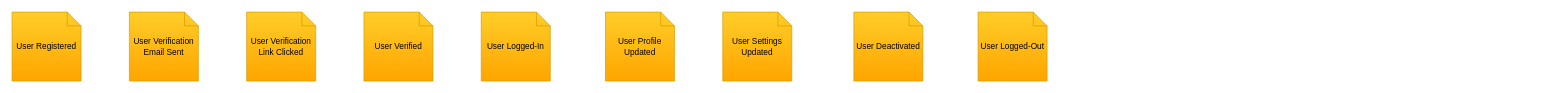
Before: page "IdentityAccess-BigPictureEventStorming" (1 of 2) of design/EventStorming.drawio in codefinity/oeuvre, a draw.io diagram. Source tidied: cells renumbered, new cells numbered last; positions are measured from the earlier drawing's top-left corner, leaving out a move shared by most shapes. Both pictures are drawn from the tidied source at 69%, with x=0, y=0 at pixel (12, 12).
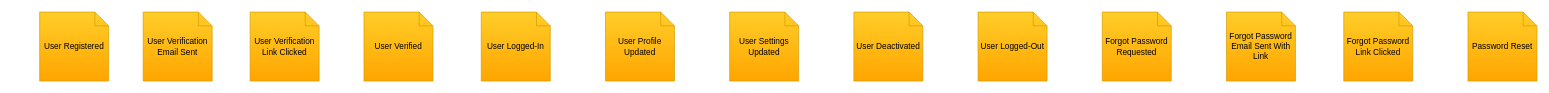
Above is the later version.

Commit message (it also covers changes not shown here):
Identity Access - Big Picture Event Stroming Modified

Change to the diagram source:
```diff
@@
 <mxGraphModel>
   <root>
     <mxCell id="0" />
     <mxCell id="1" parent="0" />
     <mxCell id="2" value="User Registered" style="shape=note;size=20;whiteSpace=wrap;html=1;fillColor=#ffcd28;strokeColor=#d79b00;gradientColor=#ffa500;" parent="1" vertex="1">
-      <mxGeometry width="100" height="100" as="geometry" />
+      <mxGeometry x="40" width="100" height="100" as="geometry" />
     </mxCell>
     <mxCell id="3" value="User Verification Email Sent" style="shape=note;size=20;whiteSpace=wrap;html=1;fillColor=#ffcd28;strokeColor=#d79b00;gradientColor=#ffa500;" parent="1" vertex="1">
-      <mxGeometry x="170" width="100" height="100" as="geometry" />
+      <mxGeometry x="190" width="100" height="100" as="geometry" />
     </mxCell>
     <mxCell id="4" value="User Verification Link Clicked" style="shape=note;size=20;whiteSpace=wrap;html=1;fillColor=#ffcd28;strokeColor=#d79b00;gradientColor=#ffa500;" parent="1" vertex="1">
-      <mxGeometry x="340" width="100" height="100" as="geometry" />
+      <mxGeometry x="345" width="100" height="100" as="geometry" />
     </mxCell>
     <mxCell id="5" value="User Verified" style="shape=note;size=20;whiteSpace=wrap;html=1;fillColor=#ffcd28;strokeColor=#d79b00;gradientColor=#ffa500;" parent="1" vertex="1">
       <mxGeometry x="510" width="100" height="100" as="geometry" />
     </mxCell>
     <mxCell id="6" value="User Logged-In" style="shape=note;size=20;whiteSpace=wrap;html=1;fillColor=#ffcd28;strokeColor=#d79b00;gradientColor=#ffa500;" parent="1" vertex="1">
       <mxGeometry x="680" width="100" height="100" as="geometry" />
     </mxCell>
     <mxCell id="7" value="User Logged-Out" style="shape=note;size=20;whiteSpace=wrap;html=1;fillColor=#ffcd28;strokeColor=#d79b00;gradientColor=#ffa500;" parent="1" vertex="1">
       <mxGeometry x="1400" width="100" height="100" as="geometry" />
     </mxCell>
     <mxCell id="8" value="User Profile Updated" style="shape=note;size=20;whiteSpace=wrap;html=1;fillColor=#ffcd28;strokeColor=#d79b00;gradientColor=#ffa500;" parent="1" vertex="1">
       <mxGeometry x="860" width="100" height="100" as="geometry" />
     </mxCell>
     <mxCell id="9" value="User Settings Updated" style="shape=note;size=20;whiteSpace=wrap;html=1;fillColor=#ffcd28;strokeColor=#d79b00;gradientColor=#ffa500;" parent="1" vertex="1">
-      <mxGeometry x="1030" width="100" height="100" as="geometry" />
+      <mxGeometry x="1040" width="100" height="100" as="geometry" />
     </mxCell>
     <mxCell id="10" value="User Deactivated" style="shape=note;size=20;whiteSpace=wrap;html=1;fillColor=#ffcd28;strokeColor=#d79b00;gradientColor=#ffa500;" parent="1" vertex="1">
       <mxGeometry x="1220" width="100" height="100" as="geometry" />
     </mxCell>
+    <mxCell id="11" value="Forgot Password Requested" style="shape=note;size=20;whiteSpace=wrap;html=1;fillColor=#ffcd28;strokeColor=#d79b00;gradientColor=#ffa500;" parent="1" vertex="1">
+      <mxGeometry x="1580" width="100" height="100" as="geometry" />
+    </mxCell>
+    <mxCell id="12" value="Forgot Password Email Sent With Link" style="shape=note;size=20;whiteSpace=wrap;html=1;fillColor=#ffcd28;strokeColor=#d79b00;gradientColor=#ffa500;" parent="1" vertex="1">
+      <mxGeometry x="1760" width="100" height="100" as="geometry" />
+    </mxCell>
+    <mxCell id="13" value="Password Reset" style="shape=note;size=20;whiteSpace=wrap;html=1;fillColor=#ffcd28;strokeColor=#d79b00;gradientColor=#ffa500;" parent="1" vertex="1">
+      <mxGeometry x="2110" width="100" height="100" as="geometry" />
+    </mxCell>
+    <mxCell id="14" value="Forgot Password Link Clicked" style="shape=note;size=20;whiteSpace=wrap;html=1;fillColor=#ffcd28;strokeColor=#d79b00;gradientColor=#ffa500;" parent="1" vertex="1">
+      <mxGeometry x="1930" width="100" height="100" as="geometry" />
+    </mxCell>
   </root>
 </mxGraphModel>
```
